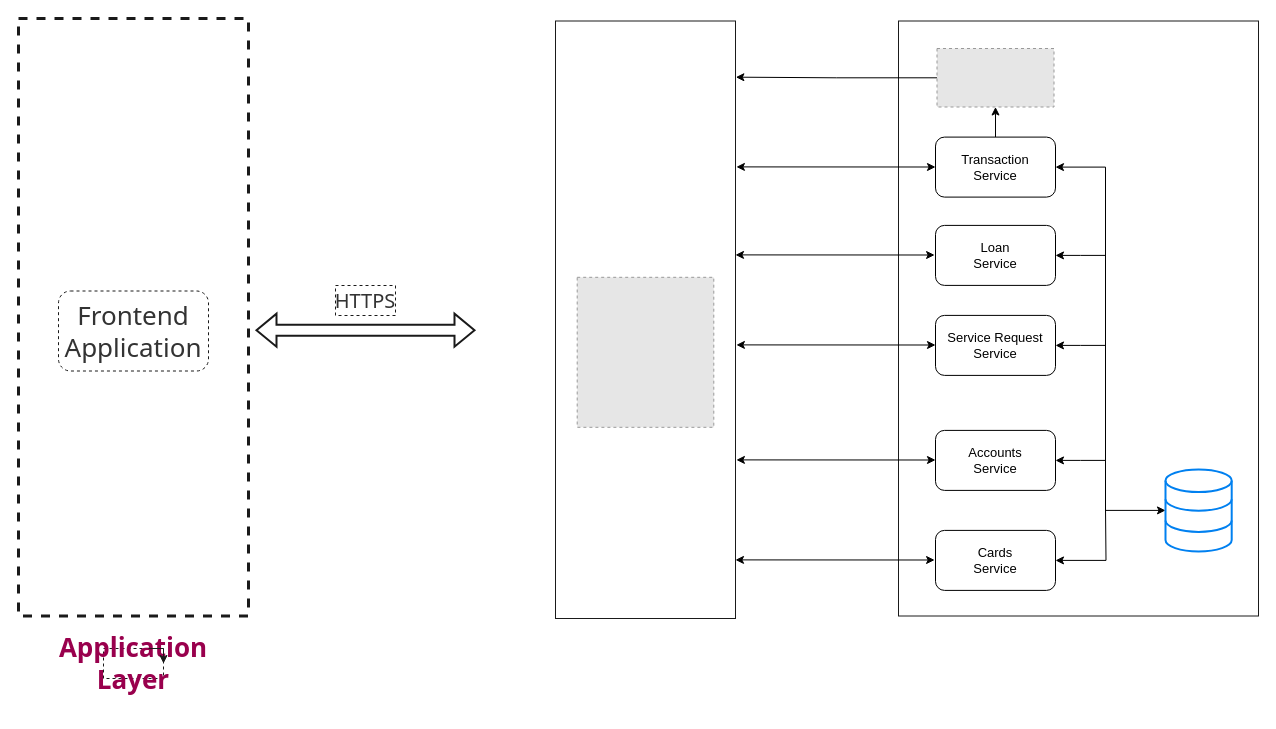
Above: page "Top Architecture" (1 of 4) of graphql-proposal.drawio in xi3161-sregoti/graphq-poc (draw.io), before the change. Source tidied: cells renumbered, new cells numbered last; positions are measured from the earlier drawing's top-left corner, leaving out a move shared by most shapes. Both pictures are drawn from the tidied source at 100%, with x=0, y=0 at pixel (18, 18). Pictures stored in the file or linked from it are replaced by grey dashed boxes.
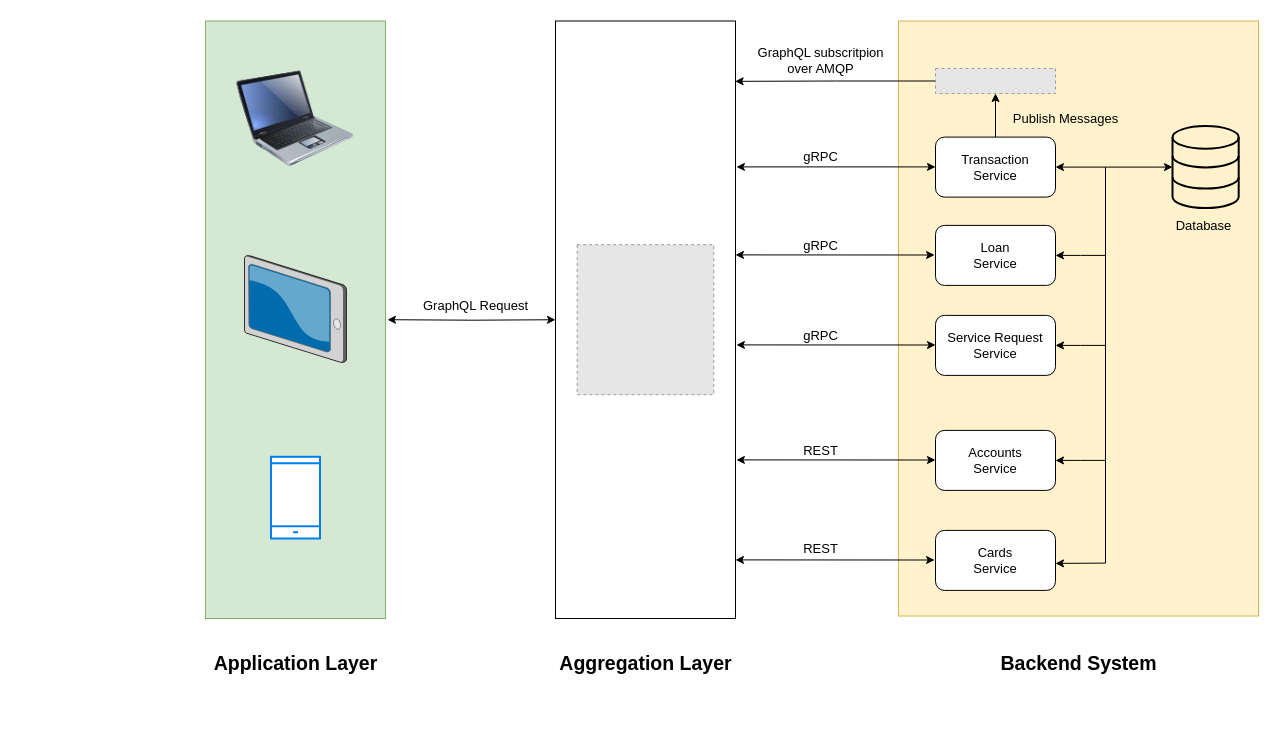
The same diagram, later.

The change refers to these unchanged cells:
```xml
<mxCell id="16" value="Transaction&lt;br&gt;Service" style="rounded=1;whiteSpace=wrap;html=1;fontSize=13;strokeWidth=1;" parent="1" vertex="1">
  <mxGeometry x="917" y="118.6" width="120" height="60" as="geometry" />
</mxCell>
<mxCell id="24" value="Cards&lt;br&gt;Service" style="rounded=1;whiteSpace=wrap;html=1;fontSize=13;strokeWidth=1;" parent="1" vertex="1">
  <mxGeometry x="917" y="511.9" width="120" height="60" as="geometry" />
</mxCell>
```

Change to the diagram source:
```diff
@@
+    <mxCell id="30" style="rounded=0;whiteSpace=wrap;html=1;fontFamily=Tahoma;fontSize=26;strokeWidth=1;fillColor=#d5e8d4;strokeColor=#82b366;" parent="1" vertex="1">
+      <mxGeometry x="187" y="2.5" width="180" height="597.5" as="geometry" />
+    </mxCell>
-    <mxCell id="2" style="rounded=0;whiteSpace=wrap;html=1;fontFamily=Tahoma;fontSize=17;fontColor=#99004D;fillColor=none;strokeWidth=1;strokeColor=#1A1A1A;" parent="1" vertex="1">
+    <mxCell id="2" style="rounded=0;whiteSpace=wrap;html=1;fontFamily=Tahoma;fontSize=17;fillColor=#fff2cc;strokeWidth=1;strokeColor=#d6b656;" parent="1" vertex="1">
       <mxGeometry x="880" y="2.5" width="360" height="595" as="geometry" />
     </mxCell>
-    <mxCell id="3" style="rounded=0;whiteSpace=wrap;html=1;dashed=1;fontFamily=Tahoma;fontSize=26;fontColor=#99004D;fillColor=none;strokeColor=#1A1A1A;strokeWidth=3;" parent="1" vertex="1">
-      <mxGeometry width="230" height="597.5" as="geometry" />
-    </mxCell>
+    <mxCell id="31" style="edgeStyle=orthogonalEdgeStyle;rounded=0;jettySize=auto;html=1;entryX=0;entryY=0.5;entryDx=0;entryDy=0;fontFamily=Helvetica;fontSize=13;fontColor=#000000;startArrow=classic;startFill=1;endArrow=classic;endFill=1;" parent="1" edge="1" target="4">
+      <mxGeometry relative="1" as="geometry">
+        <mxPoint x="369" y="301.2" as="sourcePoint" />
+      </mxGeometry>
+    </mxCell>
-    <mxCell id="4" style="rounded=0;whiteSpace=wrap;html=1;fontFamily=Tahoma;fontSize=26;fontColor=#99004D;fillColor=none;strokeColor=#1A1A1A;strokeWidth=1;" parent="1" vertex="1">
+    <mxCell id="4" style="rounded=0;whiteSpace=wrap;html=1;fontFamily=Tahoma;fontSize=26;strokeWidth=1;" parent="1" vertex="1">
       <mxGeometry x="537" y="2.5" width="180" height="597.5" as="geometry" />
     </mxCell>
-    <mxCell id="5" value="&lt;div&gt;Frontend&lt;/div&gt;&lt;div&gt;Application&lt;br&gt;&lt;/div&gt;" style="rounded=1;whiteSpace=wrap;html=1;dashed=1;fontFamily=Tahoma;fontSize=26;fontColor=#333333;fillColor=none;strokeColor=#1A1A1A;" parent="1" vertex="1">
-      <mxGeometry x="40" y="272.5" width="150" height="80" as="geometry" />
-    </mxCell>
-    <mxCell id="6" style="shape=flexArrow;endArrow=classic;startArrow=classic;html=1;rounded=0;fontFamily=Tahoma;fontSize=12;fontColor=#333333;fillColor=none;strokeColor=#1A1A1A;gradientColor=none;strokeWidth=2;" parent="1" edge="1">
-      <mxGeometry relative="1" as="geometry">
-        <mxPoint x="237" y="311.7" as="sourcePoint" />
-        <mxPoint x="457" y="311.7" as="targetPoint" />
-      </mxGeometry>
-    </mxCell>
-    <mxCell id="7" value="&lt;h1 style=&quot;font-size: 26px;&quot;&gt;&lt;font style=&quot;font-size: 26px;&quot;&gt;Application Layer&lt;/font&gt;&lt;/h1&gt;" style="text;html=1;strokeColor=#1A1A1A;fillColor=none;align=center;verticalAlign=middle;whiteSpace=wrap;rounded=0;dashed=1;fontFamily=Tahoma;fontSize=17;fontColor=#99004D;" parent="1" vertex="1">
-      <mxGeometry x="85" y="630" width="60" height="30" as="geometry" />
-    </mxCell>
-    <mxCell id="8" style="edgeStyle=orthogonalEdgeStyle;rounded=0;orthogonalLoop=1;jettySize=auto;html=1;exitX=0.75;exitY=0;exitDx=0;exitDy=0;entryX=1;entryY=0.5;entryDx=0;entryDy=0;fontFamily=Tahoma;fontSize=26;fontColor=#99004D;strokeColor=#1A1A1A;fillColor=#FFFFFF;" parent="1" edge="1" source="7" target="7">
-      <mxGeometry relative="1" as="geometry" />
-    </mxCell>
-    <mxCell id="9" value="HTTPS" style="text;html=1;strokeColor=#1A1A1A;fillColor=none;align=center;verticalAlign=middle;whiteSpace=wrap;rounded=0;dashed=1;fontFamily=Tahoma;fontSize=20;fontColor=#333333;" parent="1" vertex="1">
-      <mxGeometry x="317" y="267" width="60" height="30" as="geometry" />
-    </mxCell>
     <mxCell id="10" style="edgeStyle=orthogonalEdgeStyle;rounded=0;jettySize=auto;html=1;entryX=1;entryY=0.5;entryDx=0;entryDy=0;fontFamily=Helvetica;fontSize=13;fontColor=#000000;startArrow=classic;startFill=1;endArrow=classic;endFill=1;" parent="1" edge="1" source="11" target="16">
-      <mxGeometry relative="1" as="geometry">
-        <Array as="points">
-          <mxPoint x="1087" y="492" />
-          <mxPoint x="1087" y="149" />
-        </Array>
-      </mxGeometry>
+      <mxGeometry relative="1" as="geometry" />
     </mxCell>
-    <mxCell id="11" style="html=1;verticalLabelPosition=bottom;align=center;labelBackgroundColor=#ffffff;verticalAlign=top;strokeWidth=2;strokeColor=#0080F0;shadow=0;dashed=0;shape=mxgraph.ios7.icons.data;fontFamily=Tahoma;fontSize=20;fontColor=#333333;fillColor=none;" parent="1" vertex="1">
-      <mxGeometry x="1147" y="450.9" width="66.2" height="82" as="geometry" />
+    <mxCell id="11" style="html=1;verticalLabelPosition=bottom;align=center;labelBackgroundColor=#ffffff;verticalAlign=top;strokeWidth=2;strokeColor=#000000;shadow=0;dashed=0;shape=mxgraph.ios7.icons.data;fontFamily=Tahoma;fontSize=20;fontColor=#333333;fillColor=none;" parent="1" vertex="1">
+      <mxGeometry x="1154" y="107.6" width="66.2" height="82" as="geometry" />
     </mxCell>
-    <mxCell id="12" style="edgeStyle=orthogonalEdgeStyle;rounded=0;jettySize=auto;html=1;entryX=1.002;entryY=0.094;entryDx=0;entryDy=0;entryPerimeter=0;fontFamily=Helvetica;fontSize=13;fontColor=#000000;startArrow=none;startFill=0;endArrow=classic;endFill=1;" parent="1" edge="1" source="13" target="4">
-      <mxGeometry relative="1" as="geometry" />
-    </mxCell>
-    <mxCell id="13" style="fillColor=#E6E6E6;strokeColor=#999999;dashed=1;verticalLabelPosition=bottom;labelBackgroundColor=default;verticalAlign=top;" parent="1" vertex="1">
-      <mxGeometry x="918.5" y="30" width="117" height="58.5" as="geometry" />
-    </mxCell>
     <mxCell id="14" style="fillColor=#E6E6E6;strokeColor=#999999;dashed=1;verticalLabelPosition=bottom;labelBackgroundColor=default;verticalAlign=top;" parent="1" vertex="1">
-      <mxGeometry x="558.7" y="258.8" width="136.6" height="150" as="geometry" />
+      <mxGeometry x="558.7" y="226.2" width="136.6" height="150" as="geometry" />
     </mxCell>
-    <mxCell id="15" style="edgeStyle=orthogonalEdgeStyle;rounded=0;jettySize=auto;html=1;entryX=0.5;entryY=1;entryDx=0;entryDy=0;fontFamily=Helvetica;fontSize=13;fontColor=#000000;startArrow=none;startFill=0;endArrow=classic;endFill=1;" parent="1" edge="1" source="16" target="13">
-      <mxGeometry relative="1" as="geometry" />
-    </mxCell>
+    <mxCell id="32" style="edgeStyle=orthogonalEdgeStyle;rounded=0;jettySize=auto;html=1;entryX=0.5;entryY=1;entryDx=0;entryDy=0;fontFamily=Helvetica;fontSize=13;fontColor=#000000;startArrow=none;startFill=0;endArrow=classic;endFill=1;" parent="1" edge="1" source="16" target="35">
+      <mxGeometry relative="1" as="geometry" />
+    </mxCell>
@@
-    <mxCell id="23" style="edgeStyle=orthogonalEdgeStyle;rounded=0;jettySize=auto;html=1;fontFamily=Helvetica;fontSize=13;fontColor=#000000;startArrow=classic;startFill=1;endArrow=none;endFill=0;" parent="1" edge="1" source="24">
-      <mxGeometry relative="1" as="geometry">
-        <mxPoint x="1087" y="490" as="targetPoint" />
-      </mxGeometry>
-    </mxCell>
@@
     <mxCell id="25" style="endArrow=classic;html=1;rounded=0;fontFamily=Helvetica;fontSize=13;fontColor=#000000;entryX=0;entryY=0.25;entryDx=0;entryDy=0;exitX=1.005;exitY=0.129;exitDx=0;exitDy=0;exitPerimeter=0;startArrow=classic;startFill=1;endFill=1;" parent="1" edge="1">
       <mxGeometry relative="1" as="geometry">
         <mxPoint x="717.9" y="148.4" as="sourcePoint" />
-        <mxPoint x="917" y="148.5" as="targetPoint" />
+        <mxPoint x="917" y="148.4" as="targetPoint" />
       </mxGeometry>
     </mxCell>
@@
+    <mxCell id="33" value="GraphQL subscritpion&lt;br&gt;over AMQP" style="text;html=1;align=center;verticalAlign=middle;strokeColor=none;fillColor=none;fontSize=13;fontFamily=Helvetica;fontColor=#000000;" parent="1" vertex="1">
+      <mxGeometry x="732" y="22" width="140" height="40" as="geometry" />
+    </mxCell>
+    <mxCell id="34" style="edgeStyle=orthogonalEdgeStyle;rounded=0;jettySize=auto;html=1;entryX=0.998;entryY=0.101;entryDx=0;entryDy=0;entryPerimeter=0;fontFamily=Helvetica;fontSize=13;fontColor=#000000;startArrow=none;startFill=0;endArrow=classic;endFill=1;" parent="1" edge="1" source="35" target="4">
+      <mxGeometry relative="1" as="geometry" />
+    </mxCell>
+    <mxCell id="35" style="fillColor=#E6E6E6;strokeColor=#999999;dashed=1;verticalLabelPosition=bottom;labelBackgroundColor=default;verticalAlign=top;" parent="1" vertex="1">
+      <mxGeometry x="917" y="50" width="120" height="25" as="geometry" />
+    </mxCell>
+    <mxCell id="36" value="gRPC" style="text;html=1;align=center;verticalAlign=middle;strokeColor=none;fillColor=none;fontSize=13;fontFamily=Helvetica;fontColor=#000000;" parent="1" vertex="1">
+      <mxGeometry x="777" y="128" width="50" height="20" as="geometry" />
+    </mxCell>
+    <mxCell id="37" value="gRPC" style="text;html=1;align=center;verticalAlign=middle;strokeColor=none;fillColor=none;fontSize=13;fontFamily=Helvetica;fontColor=#000000;" parent="1" vertex="1">
+      <mxGeometry x="777" y="217" width="50" height="20" as="geometry" />
+    </mxCell>
+    <mxCell id="38" value="gRPC" style="text;html=1;align=center;verticalAlign=middle;strokeColor=none;fillColor=none;fontSize=13;fontFamily=Helvetica;fontColor=#000000;" parent="1" vertex="1">
+      <mxGeometry x="777" y="306.5" width="50" height="20" as="geometry" />
+    </mxCell>
+    <mxCell id="39" value="REST" style="text;html=1;align=center;verticalAlign=middle;strokeColor=none;fillColor=none;fontSize=13;fontFamily=Helvetica;fontColor=#000000;" parent="1" vertex="1">
+      <mxGeometry x="777" y="422" width="50" height="20" as="geometry" />
+    </mxCell>
+    <mxCell id="40" value="&lt;h2&gt;Aggregation Layer&lt;/h2&gt;" style="text;html=1;align=center;verticalAlign=middle;strokeColor=none;fillColor=none;fontSize=13;fontFamily=Helvetica;fontColor=#000000;" parent="1" vertex="1">
+      <mxGeometry x="532" y="620" width="190" height="50" as="geometry" />
+    </mxCell>
+    <mxCell id="41" value="REST" style="text;html=1;align=center;verticalAlign=middle;strokeColor=none;fillColor=none;fontSize=13;fontFamily=Helvetica;fontColor=#000000;" parent="1" vertex="1">
+      <mxGeometry x="777" y="520" width="50" height="20" as="geometry" />
+    </mxCell>
+    <mxCell id="42" value="Publish Messages" style="text;html=1;align=center;verticalAlign=middle;strokeColor=none;fillColor=none;fontSize=13;fontFamily=Helvetica;fontColor=#000000;" parent="1" vertex="1">
+      <mxGeometry x="987" y="90" width="120" height="20" as="geometry" />
+    </mxCell>
+    <mxCell id="43" value="&lt;h2&gt;Backend System&lt;/h2&gt;" style="text;html=1;align=center;verticalAlign=middle;strokeColor=none;fillColor=none;fontSize=13;fontFamily=Helvetica;fontColor=#000000;" parent="1" vertex="1">
+      <mxGeometry x="975" y="620" width="170" height="50" as="geometry" />
+    </mxCell>
+    <mxCell id="7" value="&lt;h2&gt;Application Layer&lt;/h2&gt;" style="text;html=1;align=center;verticalAlign=middle;points=[];strokeColor=none;fillColor=none;fontSize=13;fontFamily=Helvetica;fontColor=#000000;" parent="1" vertex="1">
+      <mxGeometry x="187" y="620" width="180" height="50" as="geometry" />
+    </mxCell>
+    <mxCell id="44" value="GraphQL Request" style="text;html=1;align=center;verticalAlign=middle;strokeColor=none;fillColor=none;fontSize=13;fontFamily=Helvetica;fontColor=#000000;" parent="1" vertex="1">
+      <mxGeometry x="397" y="276.9" width="120" height="20" as="geometry" />
+    </mxCell>
+    <mxCell id="45" style="verticalLabelPosition=bottom;sketch=0;html=1;verticalAlign=top;strokeColor=none;align=center;shape=mxgraph.citrix.tablet_2;fontFamily=Helvetica;fontSize=13;fontColor=#000000;" parent="1" vertex="1">
+      <mxGeometry x="226" y="237" width="102" height="107" as="geometry" />
+    </mxCell>
+    <mxCell id="46" style="image;html=1;image=img/lib/clip_art/computers/Laptop_128x128.png;sketch=0;fontFamily=Helvetica;fontSize=13;fontColor=#000000;strokeColor=#000000;strokeWidth=1;" parent="1" vertex="1">
+      <mxGeometry x="218.5" y="41.5" width="117" height="117" as="geometry" />
+    </mxCell>
+    <mxCell id="47" style="html=1;verticalLabelPosition=bottom;align=center;labelBackgroundColor=#ffffff;verticalAlign=top;strokeWidth=2;strokeColor=#0080F0;shadow=0;dashed=0;shape=mxgraph.ios7.icons.smartphone;sketch=0;fontFamily=Helvetica;fontSize=13;fontColor=#000000;" parent="1" vertex="1">
+      <mxGeometry x="252.5" y="438.3" width="49" height="81.7" as="geometry" />
+    </mxCell>
+    <mxCell id="48" value="Database" style="text;html=1;align=center;verticalAlign=middle;strokeColor=none;fillColor=none;fontSize=13;fontFamily=Helvetica;fontColor=#000000;" parent="1" vertex="1">
+      <mxGeometry x="1150.2" y="197" width="70" height="20" as="geometry" />
+    </mxCell>
+    <mxCell id="49" style="endArrow=classic;html=1;rounded=0;fontFamily=Helvetica;fontSize=13;fontColor=#000000;entryX=1;entryY=0.5;entryDx=0;entryDy=0;" parent="1" edge="1">
+      <mxGeometry relative="1" as="geometry">
+        <mxPoint x="1087" y="148.6" as="sourcePoint" />
+        <mxPoint x="1037" y="544.9" as="targetPoint" />
+        <Array as="points">
+          <mxPoint x="1087" y="388.6" />
+          <mxPoint x="1087" y="544.6" />
+        </Array>
+      </mxGeometry>
+    </mxCell>
```
